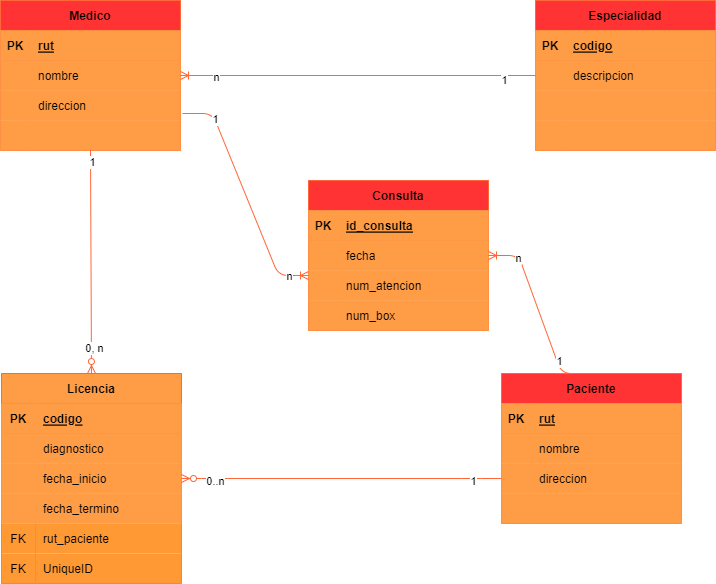
cfurrutia/base_datos keeps this draw.io diagram as dia12/desafio/desafio4.drawio.png. Above is the earlier version. Source tidied: cells renumbered, new cells last; positions are measured from the earlier drawing's top-left corner, leaving out a move shared by most shapes.
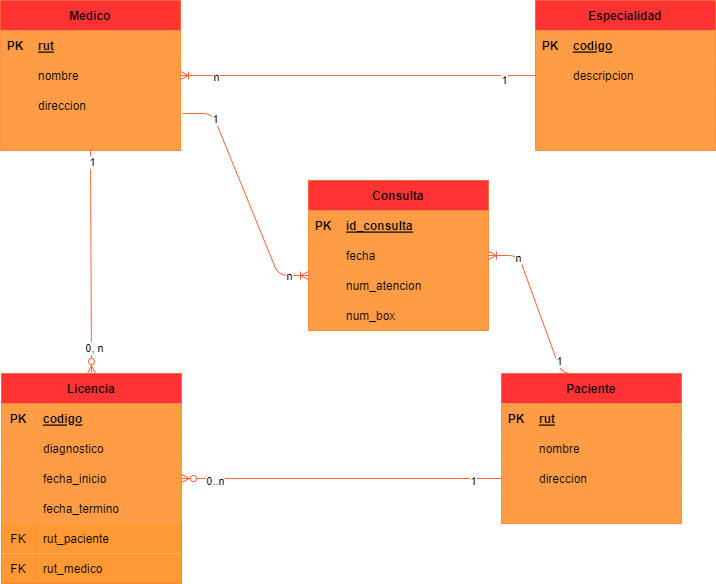
The same file after the commit.

Commit message:
actualizacion desafio 4

Diff of the diagram source:
```diff
@@ -119,7 +119,7 @@
     <mxCell id="40" value="num_box" style="shape=partialRectangle;fillColor=#FF9D47;top=0;left=0;bottom=0;right=0;align=left;spacingLeft=6;overflow=hidden;strokeColor=#FF6738;" parent="38" vertex="1">
       <mxGeometry x="30" width="150" height="30" as="geometry" />
     </mxCell>
-    <mxCell id="41" value="Licencia" style="shape=table;startSize=30;rowLines=0;fontStyle=1;align=center;strokeColor=#FF6738;fillColor=#FF9D47;" parent="1" vertex="1">
+    <mxCell id="41" value="Licencia" style="shape=table;startSize=30;rowLines=0;fontStyle=1;align=center;strokeColor=#FF6738;fillColor=#FF3333;" parent="1" vertex="1">
       <mxGeometry x="1" y="373" width="180" height="210" as="geometry" />
     </mxCell>
     <mxCell id="42" style="shape=tableRow;horizontal=0;startSize=0;swimlaneHead=0;swimlaneBody=0;fillColor=#FF9D47;top=0;left=0;right=0;bottom=1;strokeColor=#FF6738;" parent="41" vertex="1">
@@ -173,7 +173,7 @@
     <mxCell id="58" value="FK" style="shape=partialRectangle;fillColor=#FF9933;top=0;left=0;bottom=0;right=0;fontStyle=0;overflow=hidden;" parent="57" vertex="1">
       <mxGeometry width="34" height="30" as="geometry" />
     </mxCell>
-    <mxCell id="59" value="UniqueID" style="shape=partialRectangle;fillColor=#FF9933;top=0;left=0;bottom=0;right=0;align=left;spacingLeft=6;fontStyle=0;overflow=hidden;" parent="57" vertex="1">
+    <mxCell id="59" value="rut_medico" style="shape=partialRectangle;fillColor=#FF9933;top=0;left=0;bottom=0;right=0;align=left;spacingLeft=6;fontStyle=0;overflow=hidden;" parent="57" vertex="1">
       <mxGeometry x="34" width="146" height="30" as="geometry" />
     </mxCell>
     <mxCell id="60" value="Paciente" style="shape=table;startSize=30;rowLines=0;fontStyle=1;align=center;strokeColor=#FF6738;fillColor=#FF3333;" parent="1" vertex="1">
```
